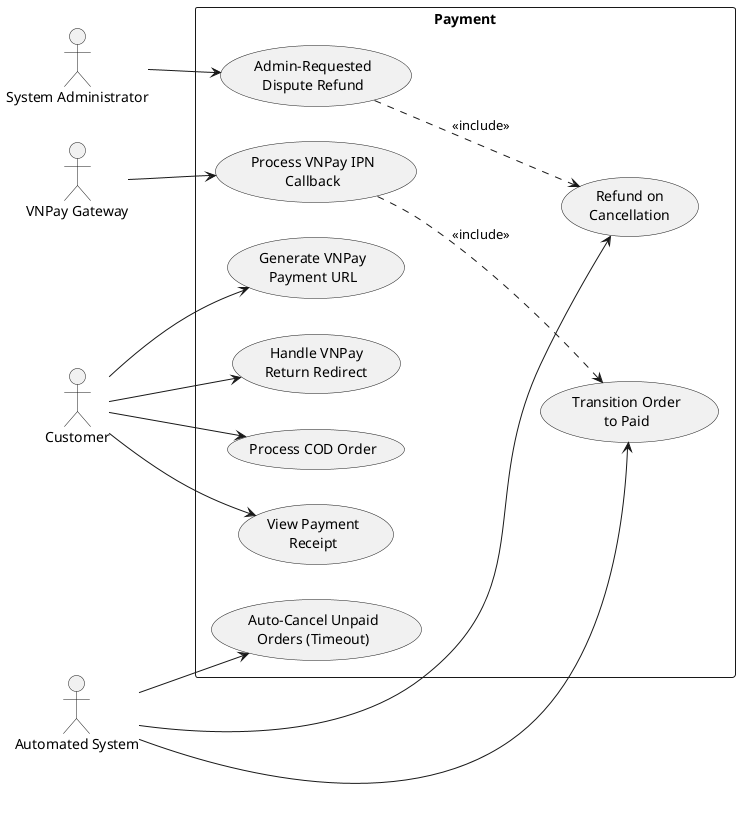
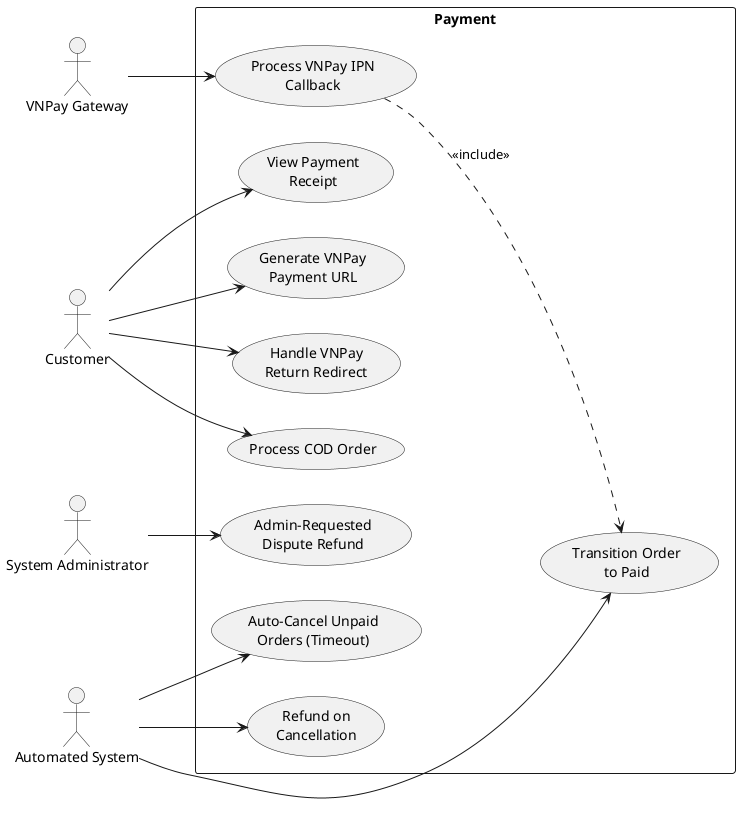
@startuml PaymentDiagram
left to right direction
skinparam shadowing false

actor "Customer" as Customer
actor "System Administrator" as Admin
actor "Automated System" as SystemActor
actor "VNPay Gateway" as VNPay

rectangle "Payment" {
  usecase "Generate VNPay\nPayment URL" as UC_PAY_01
  usecase "Process VNPay IPN\nCallback" as UC_PAY_02
  usecase "Handle VNPay\nReturn Redirect" as UC_PAY_03
  usecase "Transition Order\nto Paid" as UC_PAY_04
  usecase "Auto-Cancel Unpaid\nOrders (Timeout)" as UC_PAY_05
  usecase "Refund on\nCancellation" as UC_PAY_06
  usecase "Admin-Requested\nDispute Refund" as UC_PAY_07
  usecase "Process COD Order" as UC_PAY_08
  usecase "View Payment\nReceipt" as UC_PAY_10
}

Customer --> UC_PAY_01
Customer --> UC_PAY_03
Customer --> UC_PAY_08
Customer --> UC_PAY_10

VNPay --> UC_PAY_02
SystemActor --> UC_PAY_04
SystemActor --> UC_PAY_05
SystemActor --> UC_PAY_06
Admin --> UC_PAY_07

UC_PAY_02 ..> UC_PAY_04 : <<include>>
- UC_PAY_07 ..> UC_PAY_06 : <<include>>
@enduml